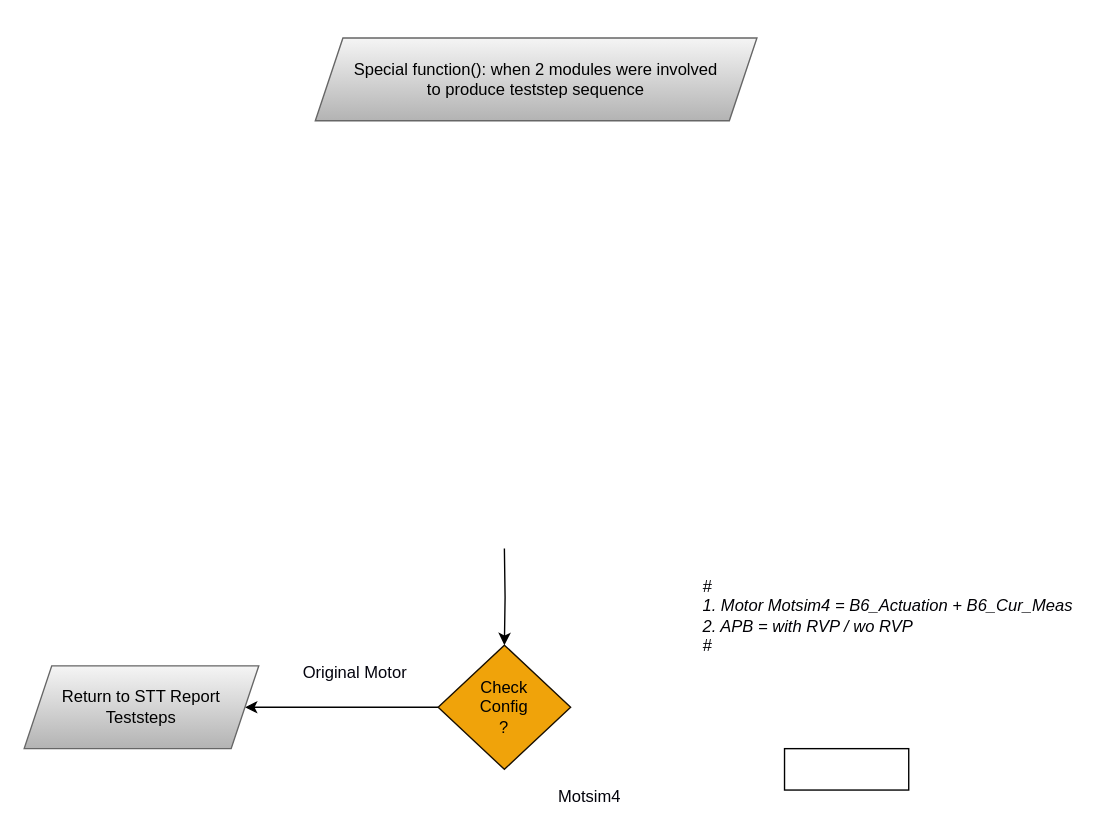
Manideep22/STT keeps this draw.io diagram as page "Page-2" (2 of 2) of Untitled Diagram.drawio. Above is the earlier version. Source tidied: cells renumbered, new cells numbered last; positions are measured from the earlier drawing's top-left corner, leaving out a move shared by most shapes. Both pictures are drawn from the tidied source at 138%, with x=0, y=0 at pixel (23, 37).
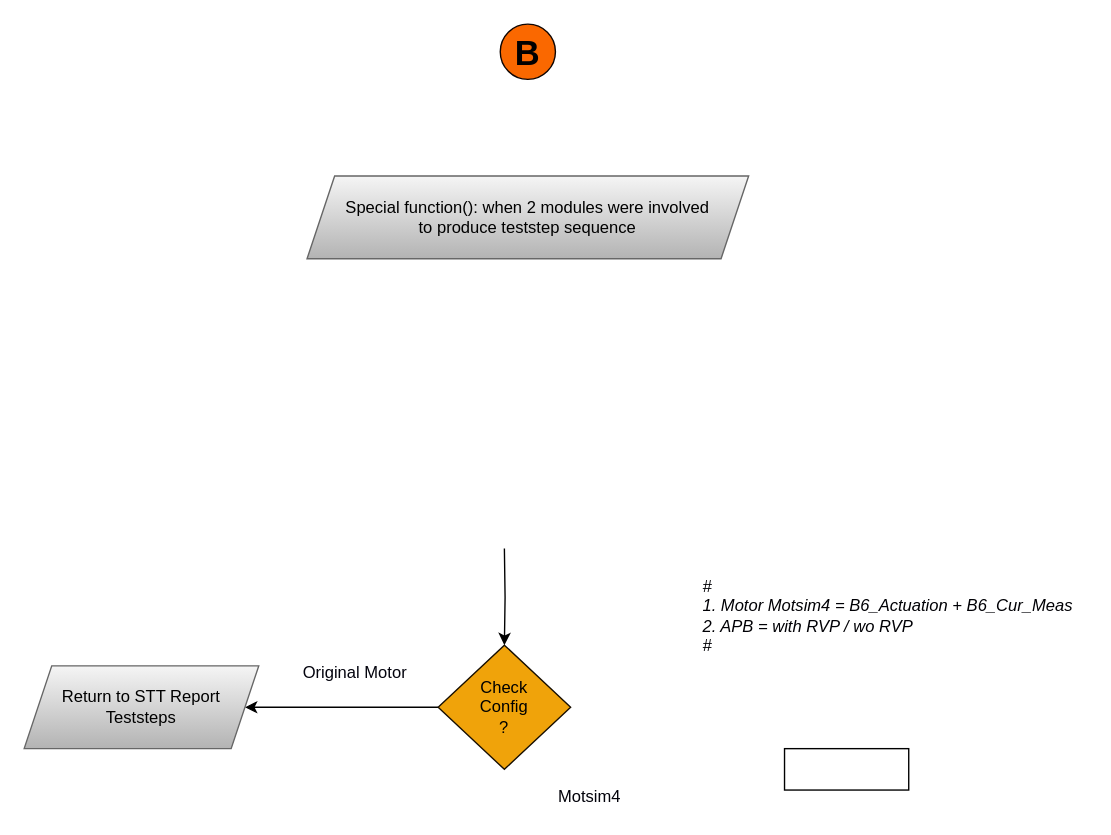
The same diagram, later.

Change to the diagram source:
```diff
@@
 <mxGraphModel>
   <root>
     <mxCell id="0" />
     <mxCell id="1" parent="0" />
     <mxCell id="2" value="&lt;div align=&quot;left&quot;&gt;# &lt;br&gt;&lt;/div&gt;&lt;div align=&quot;left&quot;&gt;1. Motor Motsim4 = B6_Actuation + B6_Cur_Meas&lt;/div&gt;&lt;div align=&quot;left&quot;&gt;2. APB = with RVP / wo RVP&lt;/div&gt;&lt;div align=&quot;left&quot;&gt; #&lt;/div&gt;" style="text;html=1;strokeColor=none;fillColor=none;align=left;verticalAlign=middle;whiteSpace=wrap;rounded=0;fontColor=#000005;fontStyle=2;" parent="1" vertex="1">
       <mxGeometry x="490" y="370" width="280" height="97" as="geometry" />
     </mxCell>
     <mxCell id="3" style="edgeStyle=orthogonalEdgeStyle;rounded=0;jettySize=auto;html=1;exitX=0;exitY=0.5;exitDx=0;exitDy=0;entryX=1;entryY=0.5;entryDx=0;entryDy=0;" parent="1" edge="1" source="4" target="9">
       <mxGeometry relative="1" as="geometry" />
     </mxCell>
     <mxCell id="4" value="&lt;div&gt;Check &lt;br&gt;&lt;/div&gt;&lt;div&gt;Config&lt;/div&gt;&lt;div&gt;?&lt;br&gt;&lt;/div&gt;" style="rhombus;whiteSpace=wrap;html=1;fontColor=#000000;fillColor=#f0a30a;strokeColor=#170E00;" parent="1" vertex="1">
       <mxGeometry x="300" y="440" width="96" height="90" as="geometry" />
     </mxCell>
     <mxCell id="5" style="rounded=0;whiteSpace=wrap;html=1;fontColor=#000005;" parent="1" vertex="1">
       <mxGeometry x="551" y="515" width="90" height="30" as="geometry" />
     </mxCell>
     <mxCell id="6" value="&lt;font color=&quot;#03030D&quot;&gt;Original Motor&lt;/font&gt;" style="text;html=1;strokeColor=none;fillColor=none;align=center;verticalAlign=middle;whiteSpace=wrap;overflow=hidden;labelBackgroundColor=none;fontColor=#3333FF;" parent="1" vertex="1">
       <mxGeometry x="200" y="450" width="80" height="20" as="geometry" />
     </mxCell>
     <mxCell id="7" value="&lt;font color=&quot;#02020A&quot;&gt;Motsim4&lt;/font&gt;" style="text;html=1;strokeColor=none;fillColor=none;align=center;verticalAlign=middle;whiteSpace=wrap;overflow=hidden;labelBackgroundColor=none;fontColor=#3333FF;" parent="1" vertex="1">
       <mxGeometry x="370" y="540" width="80" height="20" as="geometry" />
     </mxCell>
     <mxCell id="8" style="edgeStyle=orthogonalEdgeStyle;rounded=0;jettySize=auto;html=1;exitX=0.5;exitY=1;exitDx=0;exitDy=0;" parent="1" edge="1" target="4">
       <mxGeometry relative="1" as="geometry">
         <mxPoint x="348" y="370" as="sourcePoint" />
       </mxGeometry>
     </mxCell>
     <mxCell id="9" value="Return to STT Report Teststeps" style="shape=parallelogram;perimeter=parallelogramPerimeter;whiteSpace=wrap;html=1;fixedSize=1;strokeColor=#666666;fillColor=#f5f5f5;gradientColor=#b3b3b3;" parent="1" vertex="1">
       <mxGeometry y="455" width="170" height="60" as="geometry" />
     </mxCell>
     <mxCell id="10" value="&lt;div&gt;Special function(): when 2 modules were involved&lt;/div&gt;&lt;div&gt; to produce teststep sequence &lt;/div&gt;" style="shape=parallelogram;perimeter=parallelogramPerimeter;whiteSpace=wrap;html=1;fixedSize=1;fillColor=#f5f5f5;gradientColor=#b3b3b3;strokeColor=#666666;" parent="1" vertex="1">
-      <mxGeometry x="211" width="320" height="60" as="geometry" />
+      <mxGeometry x="205" y="100" width="320" height="60" as="geometry" />
     </mxCell>
+    <mxCell id="11" value="B" style="ellipse;whiteSpace=wrap;html=1;labelBackgroundColor=none;fontColor=#000000;strokeColor=#0F0400;fillColor=#fa6800;fontStyle=1;fontSize=25;" parent="1" vertex="1">
+      <mxGeometry x="345" y="-10" width="40" height="40" as="geometry" />
+    </mxCell>
   </root>
 </mxGraphModel>
```
